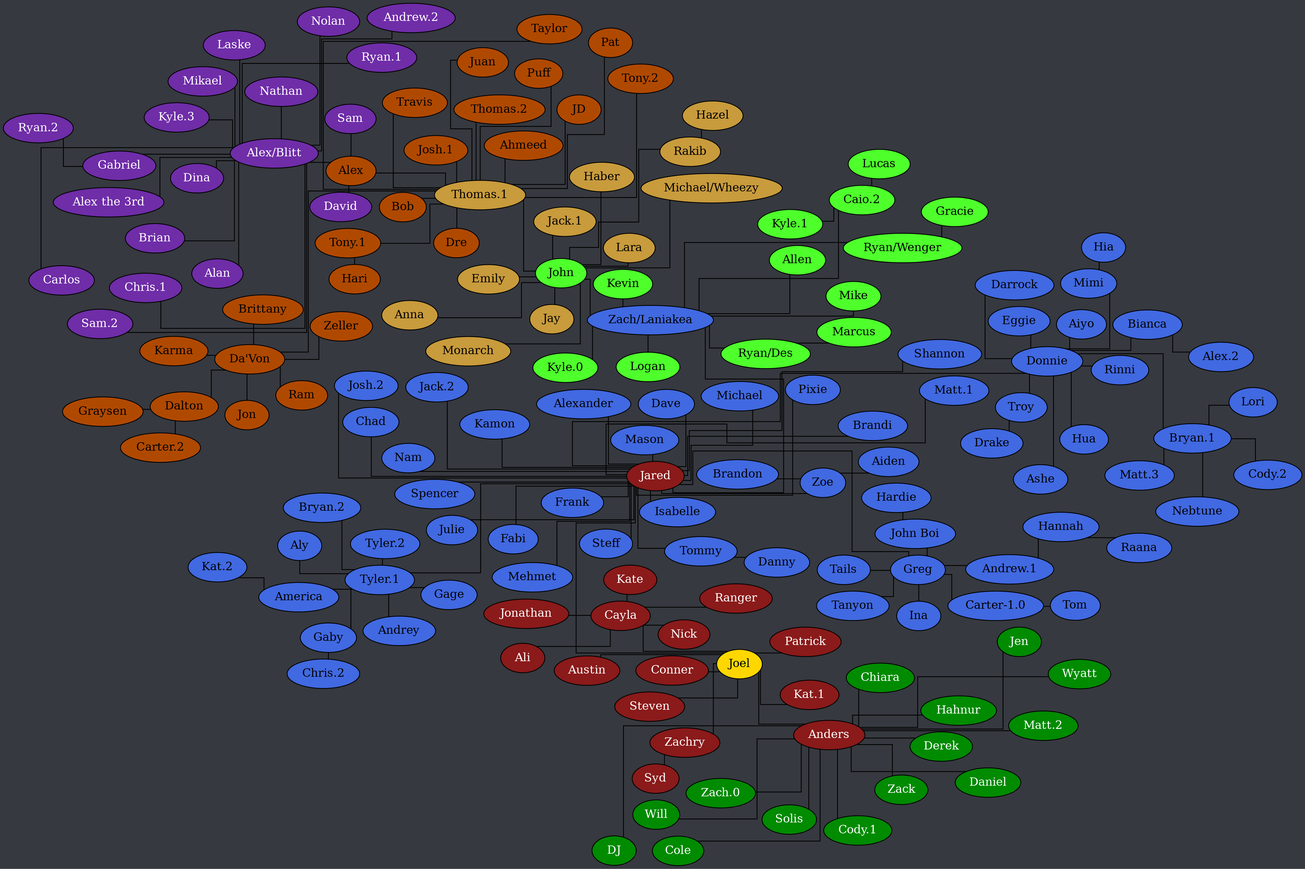
Earlier version of the Graphviz export tree.png (Documidas/CoronaCatzFamilyTree). Its source is kept beside it as tree.dot.
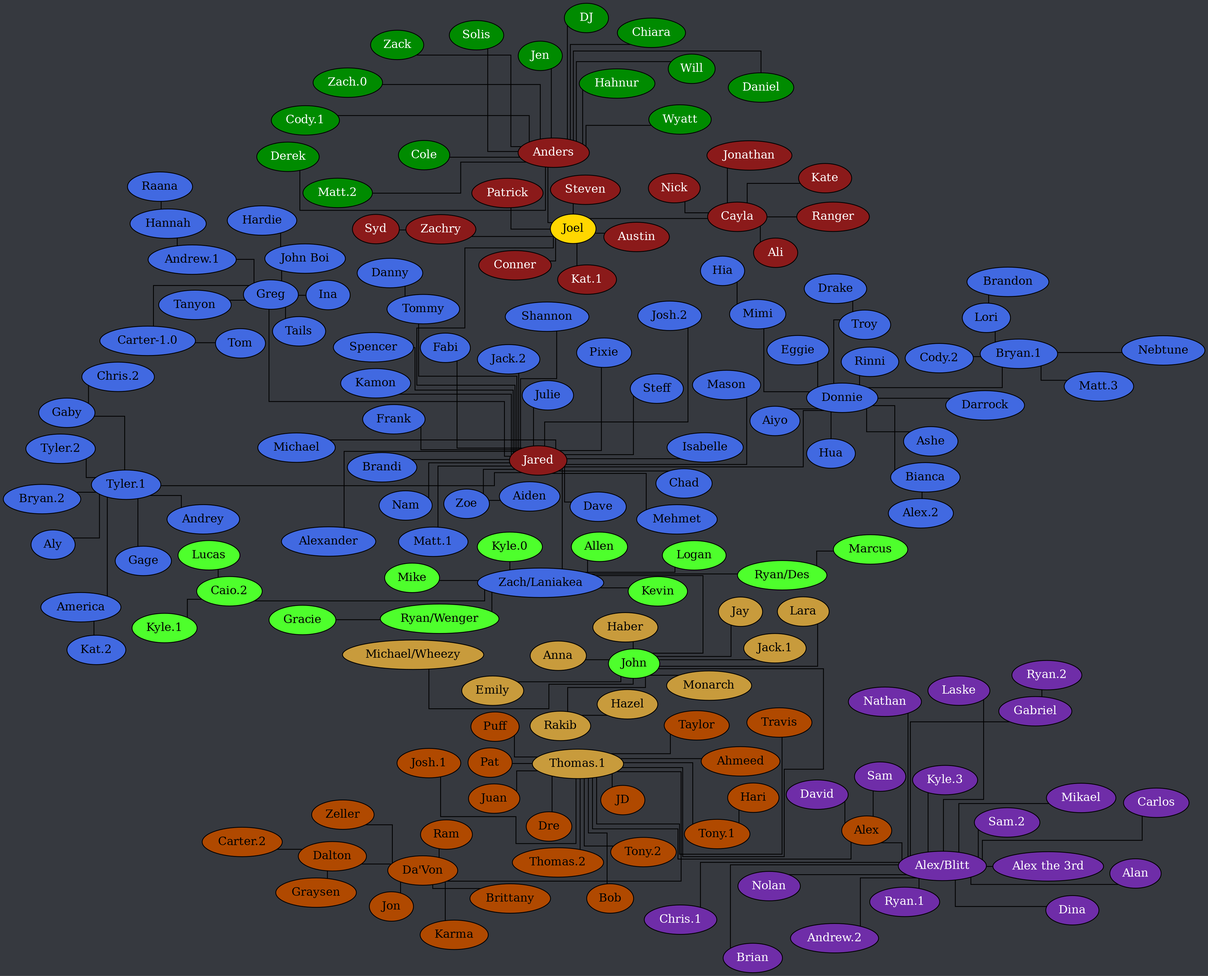
The same file after the commit.

Commit message:
Remove existing Brandon, add new Brandon

Change to the diagram source:
```diff
@@ -80,6 +80,7 @@
 		Greg -- Tails;
 		Greg -- Tanyon;
 		Hannah -- Raana;
+		Lori -- Brandon;
 		Jared -- Alexander;
 		Jared -- Brandi;
 		Jared -- Chad;
@@ -118,7 +119,6 @@
 		"Tyler.1" -- Gage;
 		"Tyler.1" -- "Tyler.2";
 		Zoe -- Aiden;
-		Zoe -- Brandon;
 	}
 
 	subgraph "Zach/Laniakea" {
```
